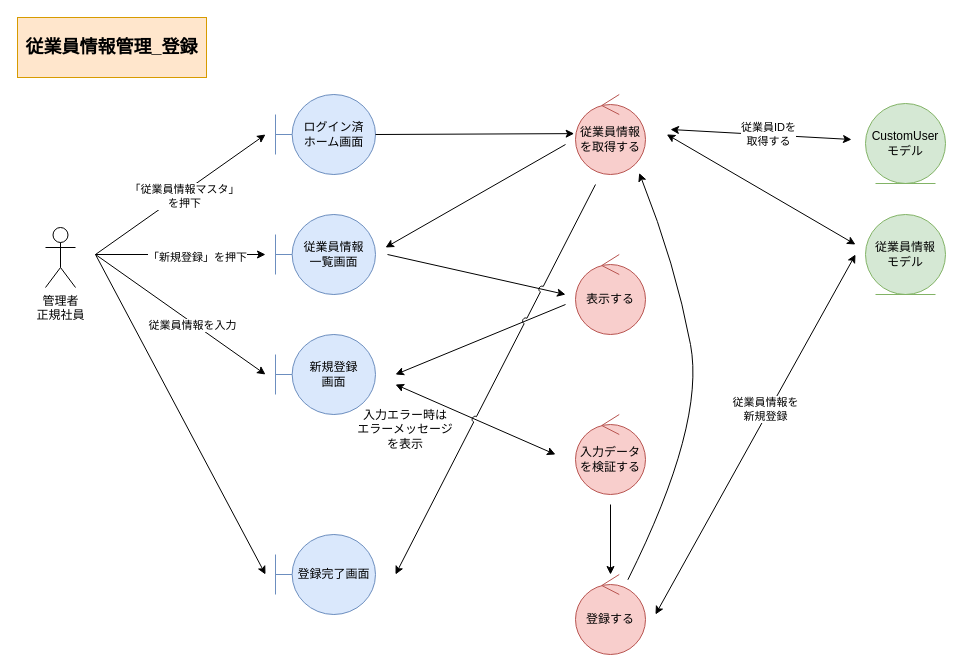
Earlier version of the draw.io diagram page "*従業員情報管理_登録" (1 of 5) of 各種設計書/3ロバストネス図/マスタ管理/F01従業員マスタ.drawio (HaruShim/Sotuken). Source tidied: cells renumbered, new cells numbered last; positions are measured from the earlier drawing's top-left corner, leaving out a move shared by most shapes. Both pictures are drawn from the tidied source at 100%, with x=0, y=0 at pixel (17, 17).
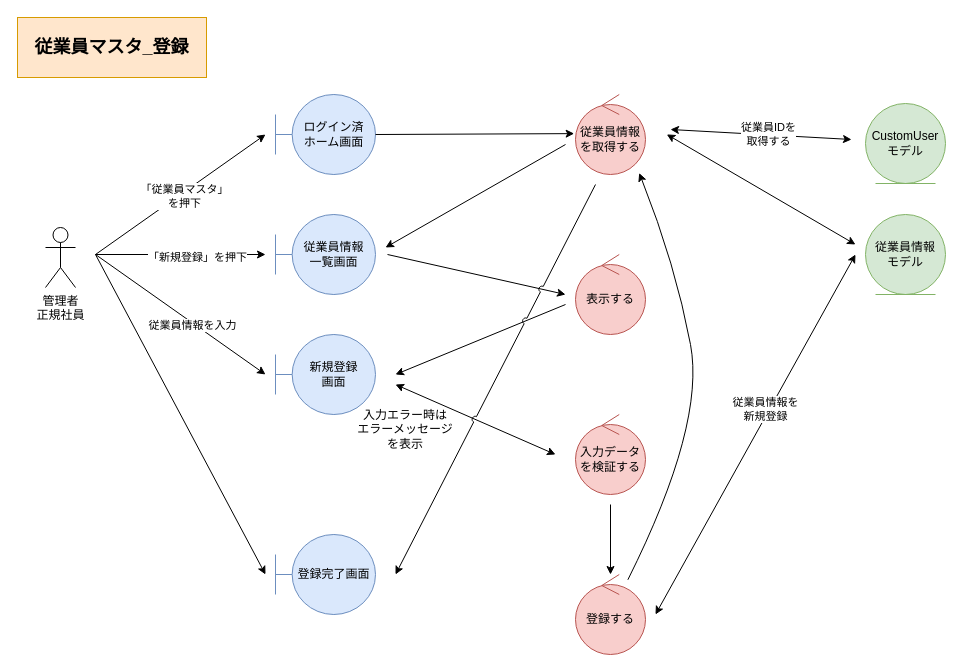
After the change.

Unchanged cells that the change refers to:
```xml
<mxCell id="23" style="endArrow=classic;html=1;rounded=0;" parent="1" edge="1">
  <mxGeometry relative="1" as="geometry">
    <mxPoint x="78" y="237" as="sourcePoint" />
    <mxPoint x="248" y="117" as="targetPoint" />
  </mxGeometry>
</mxCell>
```

The edit, as a diff of the source:
```diff
@@
-    <mxCell id="24" value="「従業員情報マスタ」&lt;br&gt;を押下" style="edgeLabel;html=1;align=center;verticalAlign=middle;" parent="23" vertex="1">
+    <mxCell id="24" value="「従業員マスタ」&lt;br&gt;を押下" style="edgeLabel;html=1;align=center;verticalAlign=middle;" parent="23" vertex="1">
       <mxGeometry x="-0.22" relative="1" as="geometry">
         <mxPoint x="22" y="-12" as="offset" />
       </mxGeometry>
     </mxCell>
@@
-    <mxCell id="30" value="従業員情報管理_登録" style="rounded=0;whiteSpace=wrap;html=1;fillColor=#ffe6cc;strokeColor=#d79b00;fontStyle=1;fontSize=18;" parent="1" vertex="1">
+    <mxCell id="30" value="従業員マスタ_登録" style="rounded=0;whiteSpace=wrap;html=1;fillColor=#ffe6cc;strokeColor=#d79b00;fontStyle=1;fontSize=18;" parent="1" vertex="1">
       <mxGeometry width="189" height="60" as="geometry" />
     </mxCell>
```
